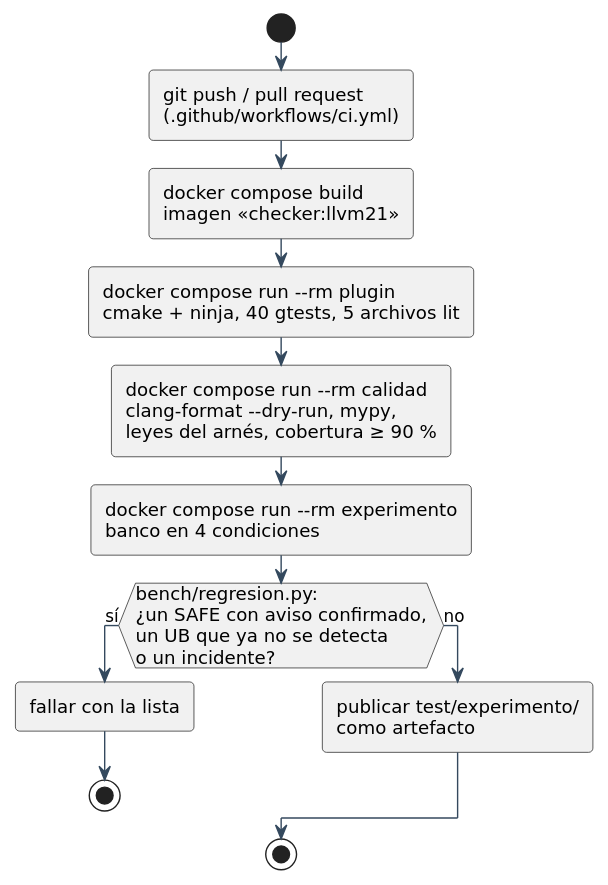
Before: libro/diagramas/svg/7-integracion-continua.svg, a diagram exported from PlantUML (jasrod12ucsm/checker).
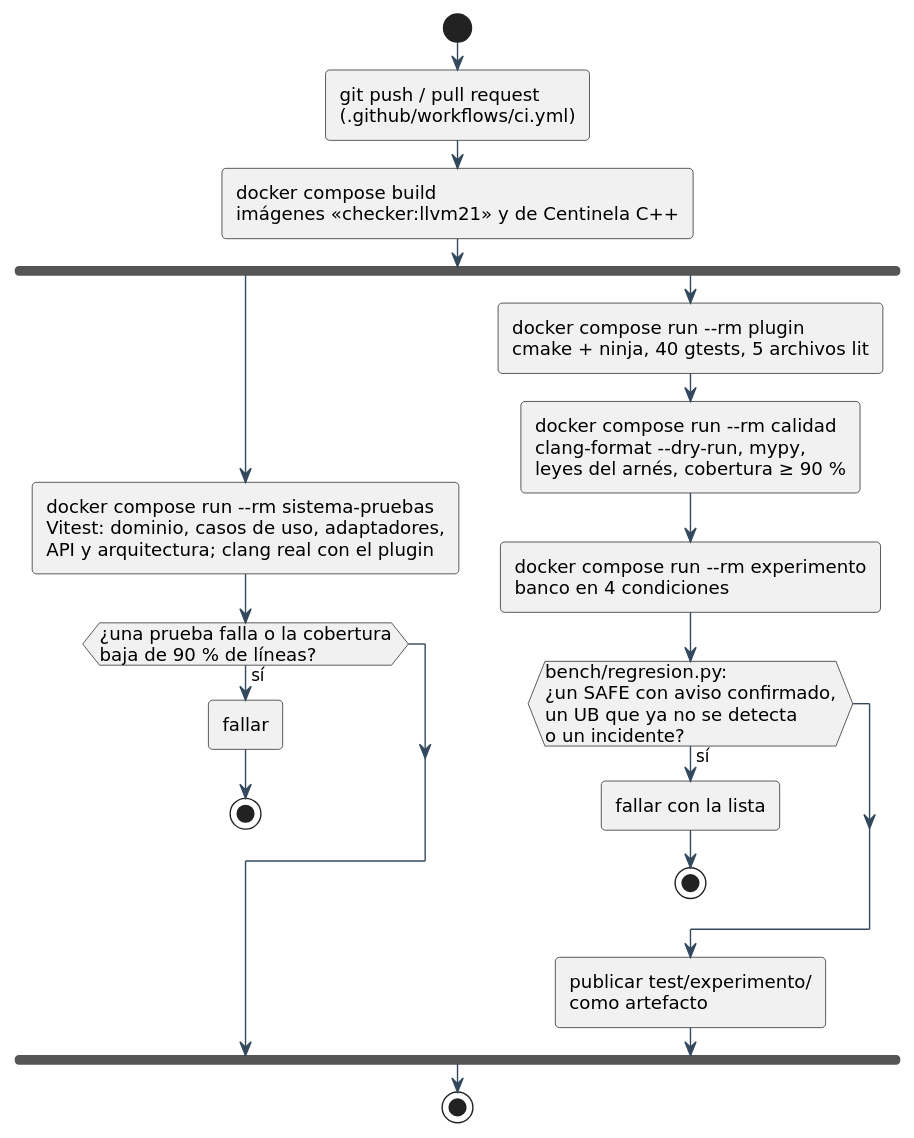
The same diagram one commit later.

Change to the diagram source:
```diff
@@ -2,15 +2,22 @@
 !include _estilo.iuml
 start
 :git push / pull request\n(.github/workflows/ci.yml);
-:docker compose build\nimagen «checker:llvm21»;
-:docker compose run --rm plugin\ncmake + ninja, 40 gtests, 5 archivos lit;
-:docker compose run --rm calidad\nclang-format --dry-run, mypy,\nleyes del arnés, cobertura ≥ 90 %;
-:docker compose run --rm experimento\nbanco en 4 condiciones;
-if (bench/regresion.py:\n¿un SAFE con aviso confirmado,\nun UB que ya no se detecta\no un incidente?) then (sí)
-  :fallar con la lista;
-  stop
-else (no)
+:docker compose build\nimágenes «checker:llvm21» y de Centinela C++;
+fork
+  :docker compose run --rm sistema-pruebas\nVitest: dominio, casos de uso, adaptadores,\nAPI y arquitectura; clang real con el plugin;
+  if (¿una prueba falla o la cobertura\nbaja de 90 % de líneas?) then (sí)
+    :fallar;
+    stop
+  endif
+fork again
+  :docker compose run --rm plugin\ncmake + ninja, 40 gtests, 5 archivos lit;
+  :docker compose run --rm calidad\nclang-format --dry-run, mypy,\nleyes del arnés, cobertura ≥ 90 %;
+  :docker compose run --rm experimento\nbanco en 4 condiciones;
+  if (bench/regresion.py:\n¿un SAFE con aviso confirmado,\nun UB que ya no se detecta\no un incidente?) then (sí)
+    :fallar con la lista;
+    stop
+  endif
   :publicar test/experimento/\ncomo artefacto;
-endif
+end fork
 stop
 @enduml
```
